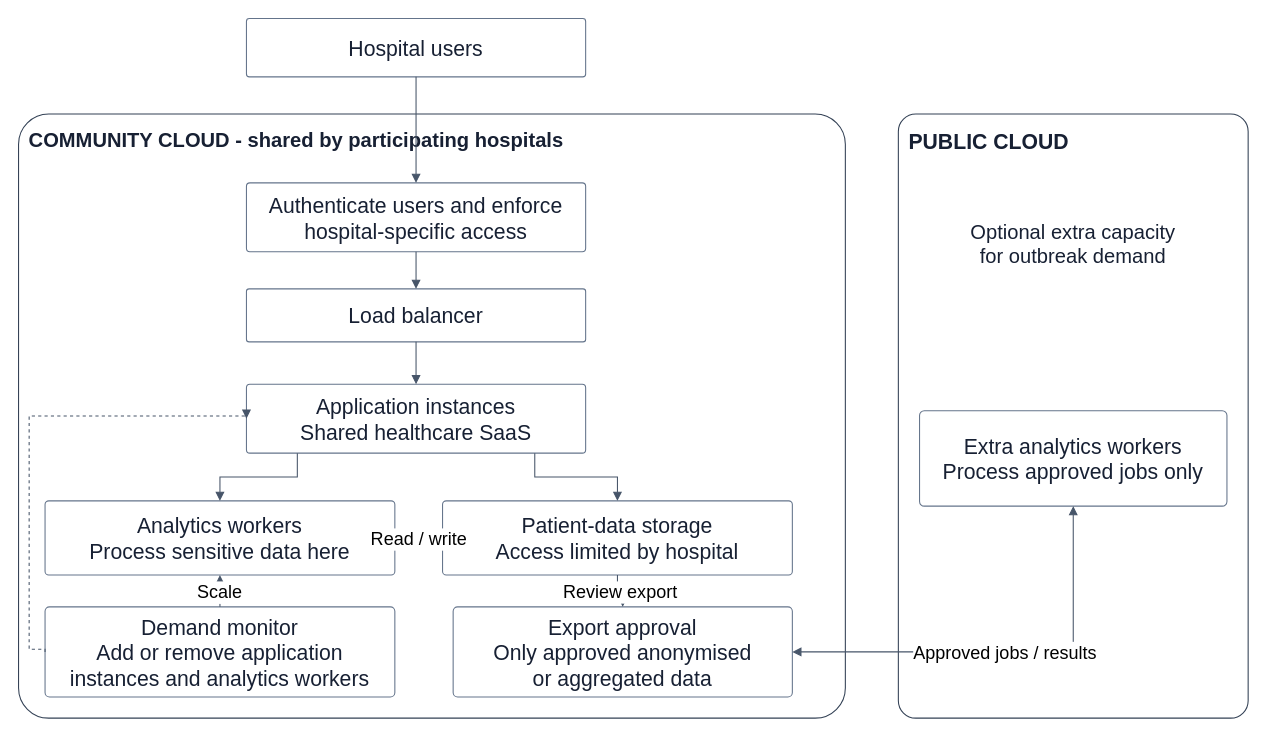
Before: diagrams/Part1a-architecture.drawio in horiiiiii032929/cs5224-lab2-twitter-analytics, a draw.io diagram. Source tidied: cells renumbered, new cells numbered last; positions are measured from the earlier drawing's top-left corner, leaving out a move shared by most shapes. Both pictures are drawn from the tidied source at 106%, with x=0, y=0 at pixel (18, 18).
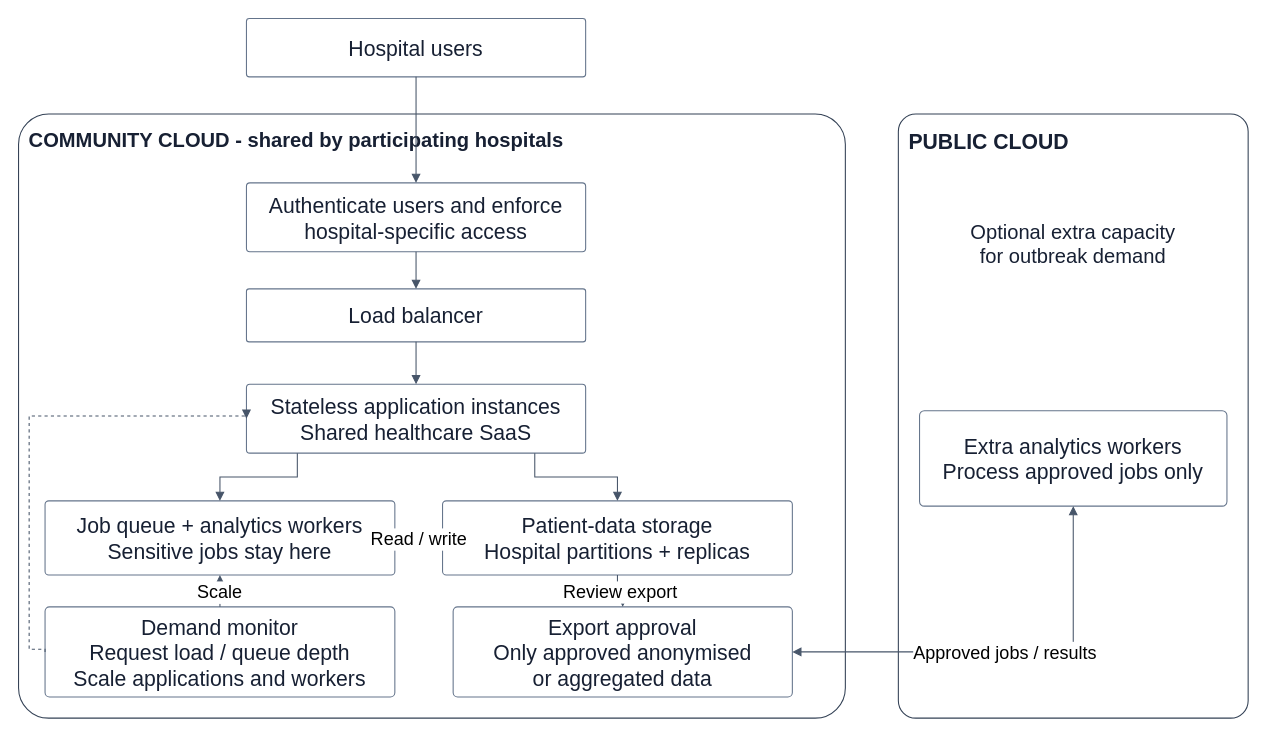
The same page after the edit.

What changed in the source:
```diff
@@
-    <mxCell id="7" value="Application instances&#10;Shared healthcare SaaS" style="rounded=1;arcSize=5;whiteSpace=wrap;html=0;fillColor=#ffffff;strokeColor=#64748b;fontColor=#172033;fontFamily=Arial;fontSize=20;spacing=10;" parent="1" vertex="1">
+    <mxCell id="7" value="Stateless application instances&#10;Shared healthcare SaaS" style="rounded=1;arcSize=5;whiteSpace=wrap;html=0;fillColor=#ffffff;strokeColor=#64748b;fontColor=#172033;fontFamily=Arial;fontSize=20;spacing=10;" parent="1" vertex="1">
       <mxGeometry x="215" y="345" width="320" height="65" as="geometry" />
     </mxCell>
-    <mxCell id="8" value="Analytics workers&#10;Process sensitive data here" style="rounded=1;arcSize=5;whiteSpace=wrap;html=0;fillColor=#ffffff;strokeColor=#64748b;fontColor=#172033;fontFamily=Arial;fontSize=20;spacing=10;" parent="1" vertex="1">
+    <mxCell id="8" value="Job queue + analytics workers&#10;Sensitive jobs stay here" style="rounded=1;arcSize=5;whiteSpace=wrap;html=0;fillColor=#ffffff;strokeColor=#64748b;fontColor=#172033;fontFamily=Arial;fontSize=20;spacing=10;" parent="1" vertex="1">
       <mxGeometry x="25" y="455" width="330" height="70" as="geometry" />
     </mxCell>
-    <mxCell id="9" value="Patient-data storage&#10;Access limited by hospital" style="rounded=1;arcSize=5;whiteSpace=wrap;html=0;fillColor=#ffffff;strokeColor=#64748b;fontColor=#172033;fontFamily=Arial;fontSize=20;spacing=10;" parent="1" vertex="1">
+    <mxCell id="9" value="Patient-data storage&#10;Hospital partitions + replicas" style="rounded=1;arcSize=5;whiteSpace=wrap;html=0;fillColor=#ffffff;strokeColor=#64748b;fontColor=#172033;fontFamily=Arial;fontSize=20;spacing=10;" parent="1" vertex="1">
       <mxGeometry x="400" y="455" width="330" height="70" as="geometry" />
     </mxCell>
@@
-    <mxCell id="11" value="Demand monitor&#10;Add or remove application&#10;instances and analytics workers" style="rounded=1;arcSize=5;whiteSpace=wrap;html=0;fillColor=#ffffff;strokeColor=#64748b;fontColor=#172033;fontFamily=Arial;fontSize=20;spacing=10;" parent="1" vertex="1">
+    <mxCell id="11" value="Demand monitor&#10;Request load / queue depth&#10;Scale applications and workers" style="rounded=1;arcSize=5;whiteSpace=wrap;html=0;fillColor=#ffffff;strokeColor=#64748b;fontColor=#172033;fontFamily=Arial;fontSize=20;spacing=10;" parent="1" vertex="1">
       <mxGeometry x="25" y="555" width="330" height="85" as="geometry" />
     </mxCell>
```
